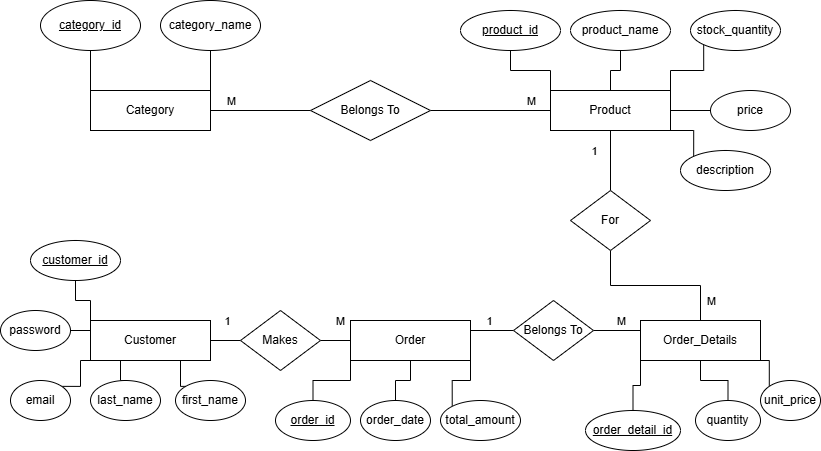
The draw.io diagram Diagrams/Web Store ERD.png in Seif-El-Deen/Web-Store, before a commit. Source tidied: cells renumbered, new cells last; positions are measured from the earlier drawing's top-left corner, leaving out a move shared by most shapes.
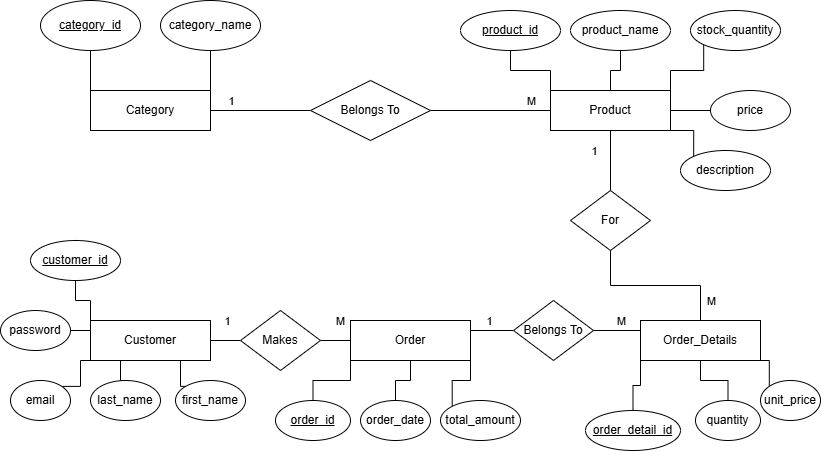
Later version of the same file.

What changed in the source:
```diff
@@ -11,7 +11,7 @@
     <mxCell id="4" style="edgeStyle=orthogonalEdgeStyle;rounded=0;jettySize=auto;html=1;exitX=1;exitY=0.5;exitDx=0;exitDy=0;entryX=0;entryY=0.5;entryDx=0;entryDy=0;endArrow=none;startFill=0;" parent="1" edge="1" source="6" target="24">
       <mxGeometry relative="1" as="geometry" />
     </mxCell>
-    <mxCell id="5" value="M" style="edgeLabel;html=1;align=center;verticalAlign=middle;" parent="4" vertex="1">
+    <mxCell id="5" value="1" style="edgeLabel;html=1;align=center;verticalAlign=middle;" parent="4" vertex="1">
       <mxGeometry x="-0.4" y="-3" relative="1" as="geometry">
         <mxPoint x="-10" y="-13" as="offset" />
       </mxGeometry>
```
